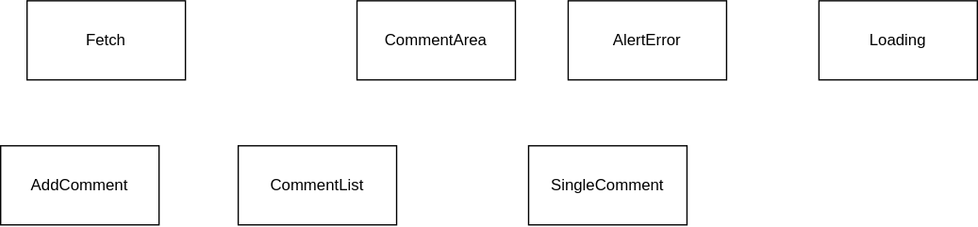
The draw.io diagram src/data/components.drawio.svg in mirko-mc/EpiBooks, before a commit. Source tidied: cells renumbered, new cells last; positions are measured from the earlier drawing's top-left corner, leaving out a move shared by most shapes.
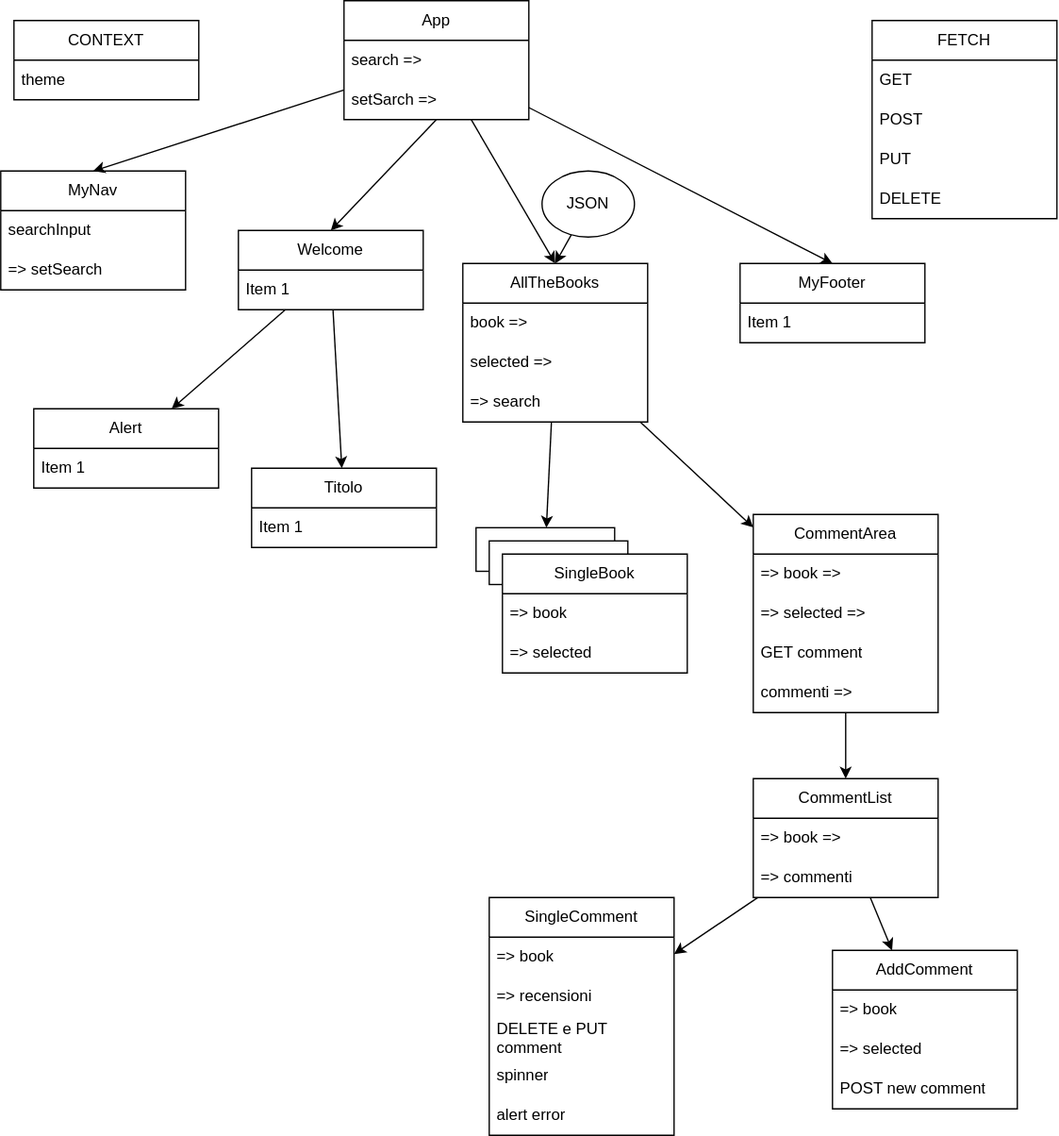
The same diagram one commit later.

Commit message:
- refactoring App.jsx - create conceptual map

Change to the diagram source:
```diff
@@ -2,26 +2,191 @@
   <root>
     <mxCell id="0" />
     <mxCell id="1" parent="0" />
+    <mxCell id="9" value="MyNav" style="swimlane;fontStyle=0;horizontal=1;startSize=30;whiteSpace=wrap;html=1;" parent="1" vertex="1">
+      <mxGeometry x="-3350" y="-4570" width="140" height="90" as="geometry" />
+    </mxCell>
+    <mxCell id="10" value="searchInput" style="text;strokeColor=none;fillColor=none;align=left;verticalAlign=middle;spacingLeft=4;spacingRight=4;overflow=hidden;whiteSpace=wrap;html=1;" parent="9" vertex="1">
+      <mxGeometry y="30" width="140" height="30" as="geometry" />
+    </mxCell>
+    <mxCell id="11" value="=&amp;gt; setSearch" style="text;strokeColor=none;fillColor=none;align=left;verticalAlign=middle;spacingLeft=4;spacingRight=4;overflow=hidden;whiteSpace=wrap;html=1;" parent="9" vertex="1">
+      <mxGeometry y="60" width="140" height="30" as="geometry" />
+    </mxCell>
+    <mxCell id="12" style="edgeStyle=none;html=1;" parent="1" edge="1" source="14" target="31">
+      <mxGeometry relative="1" as="geometry" />
+    </mxCell>
+    <mxCell id="13" style="edgeStyle=none;html=1;" parent="1" edge="1" source="14" target="33">
+      <mxGeometry relative="1" as="geometry" />
+    </mxCell>
+    <mxCell id="14" value="Welcome" style="swimlane;fontStyle=0;horizontal=1;startSize=30;whiteSpace=wrap;html=1;" parent="1" vertex="1">
+      <mxGeometry x="-3170" y="-4525" width="140" height="60" as="geometry" />
+    </mxCell>
+    <mxCell id="15" value="Item 1" style="text;strokeColor=none;fillColor=none;align=left;verticalAlign=middle;spacingLeft=4;spacingRight=4;overflow=hidden;whiteSpace=wrap;html=1;" parent="14" vertex="1">
+      <mxGeometry y="30" width="140" height="30" as="geometry" />
+    </mxCell>
+    <mxCell id="16" style="edgeStyle=none;html=1;" parent="1" edge="1" source="18" target="38">
+      <mxGeometry relative="1" as="geometry" />
+    </mxCell>
+    <mxCell id="17" style="edgeStyle=none;html=1;" parent="1" edge="1" source="18" target="2">
+      <mxGeometry relative="1" as="geometry" />
+    </mxCell>
+    <mxCell id="18" value="AllTheBooks" style="swimlane;fontStyle=0;horizontal=1;startSize=30;whiteSpace=wrap;html=1;" parent="1" vertex="1">
+      <mxGeometry x="-3000" y="-4500" width="140" height="120" as="geometry" />
+    </mxCell>
+    <mxCell id="19" value="book =&amp;gt;" style="text;strokeColor=none;fillColor=none;align=left;verticalAlign=middle;spacingLeft=4;spacingRight=4;overflow=hidden;whiteSpace=wrap;html=1;" parent="18" vertex="1">
+      <mxGeometry y="30" width="140" height="30" as="geometry" />
+    </mxCell>
+    <mxCell id="20" value="selected =&amp;gt;" style="text;strokeColor=none;fillColor=none;align=left;verticalAlign=middle;spacingLeft=4;spacingRight=4;overflow=hidden;whiteSpace=wrap;html=1;" parent="18" vertex="1">
+      <mxGeometry y="60" width="140" height="30" as="geometry" />
+    </mxCell>
+    <mxCell id="21" value="=&amp;gt; search" style="text;strokeColor=none;fillColor=none;align=left;verticalAlign=middle;spacingLeft=4;spacingRight=4;overflow=hidden;whiteSpace=wrap;html=1;" parent="18" vertex="1">
+      <mxGeometry y="90" width="140" height="30" as="geometry" />
+    </mxCell>
+    <mxCell id="22" style="edgeStyle=none;html=1;entryX=0.5;entryY=0;entryDx=0;entryDy=0;" parent="1" edge="1" source="26" target="9">
+      <mxGeometry relative="1" as="geometry" />
+    </mxCell>
+    <mxCell id="23" style="edgeStyle=none;html=1;entryX=0.5;entryY=0;entryDx=0;entryDy=0;exitX=0.5;exitY=1;exitDx=0;exitDy=0;" parent="1" edge="1" source="26" target="14">
+      <mxGeometry relative="1" as="geometry" />
+    </mxCell>
+    <mxCell id="24" style="edgeStyle=none;html=1;entryX=0.5;entryY=0;entryDx=0;entryDy=0;" parent="1" edge="1" source="26" target="18">
+      <mxGeometry relative="1" as="geometry" />
+    </mxCell>
+    <mxCell id="25" style="edgeStyle=none;html=1;entryX=0.5;entryY=0;entryDx=0;entryDy=0;" parent="1" edge="1" source="26" target="29">
+      <mxGeometry relative="1" as="geometry" />
+    </mxCell>
+    <mxCell id="26" value="App" style="swimlane;fontStyle=0;horizontal=1;startSize=30;whiteSpace=wrap;html=1;" parent="1" vertex="1">
+      <mxGeometry x="-3090" y="-4699" width="140" height="90" as="geometry" />
+    </mxCell>
+    <mxCell id="27" value="search =&amp;gt;" style="text;strokeColor=none;fillColor=none;align=left;verticalAlign=middle;spacingLeft=4;spacingRight=4;overflow=hidden;whiteSpace=wrap;html=1;" parent="26" vertex="1">
+      <mxGeometry y="30" width="140" height="30" as="geometry" />
+    </mxCell>
+    <mxCell id="28" value="setSarch =&amp;gt;" style="text;strokeColor=none;fillColor=none;align=left;verticalAlign=middle;spacingLeft=4;spacingRight=4;overflow=hidden;whiteSpace=wrap;html=1;" parent="26" vertex="1">
+      <mxGeometry y="60" width="140" height="30" as="geometry" />
+    </mxCell>
+    <mxCell id="29" value="MyFooter" style="swimlane;fontStyle=0;horizontal=1;startSize=30;whiteSpace=wrap;html=1;" parent="1" vertex="1">
+      <mxGeometry x="-2790" y="-4500" width="140" height="60" as="geometry" />
+    </mxCell>
+    <mxCell id="30" value="Item 1" style="text;strokeColor=none;fillColor=none;align=left;verticalAlign=middle;spacingLeft=4;spacingRight=4;overflow=hidden;whiteSpace=wrap;html=1;" parent="29" vertex="1">
+      <mxGeometry y="30" width="140" height="30" as="geometry" />
+    </mxCell>
+    <mxCell id="31" value="Alert" style="swimlane;fontStyle=0;horizontal=1;startSize=30;whiteSpace=wrap;html=1;" parent="1" vertex="1">
+      <mxGeometry x="-3325" y="-4390" width="140" height="60" as="geometry" />
+    </mxCell>
+    <mxCell id="32" value="Item 1" style="text;strokeColor=none;fillColor=none;align=left;verticalAlign=middle;spacingLeft=4;spacingRight=4;overflow=hidden;whiteSpace=wrap;html=1;" parent="31" vertex="1">
+      <mxGeometry y="30" width="140" height="30" as="geometry" />
+    </mxCell>
+    <mxCell id="33" value="Titolo" style="swimlane;fontStyle=0;horizontal=1;startSize=30;whiteSpace=wrap;html=1;" parent="1" vertex="1">
+      <mxGeometry x="-3160" y="-4345" width="140" height="60" as="geometry" />
+    </mxCell>
+    <mxCell id="34" value="Item 1" style="text;strokeColor=none;fillColor=none;align=left;verticalAlign=middle;spacingLeft=4;spacingRight=4;overflow=hidden;whiteSpace=wrap;html=1;" parent="33" vertex="1">
+      <mxGeometry y="30" width="140" height="30" as="geometry" />
+    </mxCell>
+    <mxCell id="35" style="edgeStyle=none;html=1;entryX=0.5;entryY=0;entryDx=0;entryDy=0;" parent="1" edge="1" source="36" target="18">
+      <mxGeometry relative="1" as="geometry" />
+    </mxCell>
+    <mxCell id="36" value="JSON" style="ellipse;whiteSpace=wrap;html=1;" parent="1" vertex="1">
+      <mxGeometry x="-2940" y="-4570" width="70" height="50" as="geometry" />
+    </mxCell>
+    <mxCell id="37" style="group;" parent="1" vertex="1">
+      <mxGeometry x="-2990" y="-4300" width="160" height="140" as="geometry" />
+    </mxCell>
+    <mxCell id="38" style="whiteSpace=wrap;html=1;fontStyle=0;startSize=30;" parent="37" vertex="1">
+      <mxGeometry width="105" height="33" as="geometry" />
+    </mxCell>
+    <mxCell id="39" style="whiteSpace=wrap;html=1;fontStyle=0;startSize=30;" parent="37" vertex="1">
+      <mxGeometry x="10" y="10" width="105" height="33" as="geometry" />
+    </mxCell>
+    <mxCell id="40" value="SingleBook" style="swimlane;fontStyle=0;horizontal=1;startSize=30;whiteSpace=wrap;html=1;" parent="37" vertex="1">
+      <mxGeometry x="20" y="20" width="140" height="90" as="geometry" />
+    </mxCell>
+    <mxCell id="41" value="=&amp;gt; book" style="text;strokeColor=none;fillColor=none;align=left;verticalAlign=middle;spacingLeft=4;spacingRight=4;overflow=hidden;whiteSpace=wrap;html=1;" parent="40" vertex="1">
+      <mxGeometry y="30" width="140" height="30" as="geometry" />
+    </mxCell>
+    <mxCell id="42" value="=&amp;gt; selected" style="text;strokeColor=none;fillColor=none;align=left;verticalAlign=middle;spacingLeft=4;spacingRight=4;overflow=hidden;whiteSpace=wrap;html=1;" parent="40" vertex="1">
+      <mxGeometry y="60" width="140" height="30" as="geometry" />
+    </mxCell>
+    <mxCell id="43" style="edgeStyle=none;html=1;" parent="1" edge="1" source="2" target="4">
+      <mxGeometry relative="1" as="geometry" />
+    </mxCell>
-    <mxCell id="2" value="CommentArea" style="whiteSpace=wrap;html=1;" parent="1" vertex="1">
-      <mxGeometry x="270" width="120" height="60" as="geometry" />
+    <mxCell id="2" value="CommentArea" style="swimlane;fontStyle=0;horizontal=1;startSize=30;whiteSpace=wrap;html=1;" parent="1" vertex="1">
+      <mxGeometry x="-2780" y="-4310" width="140" height="150" as="geometry" />
     </mxCell>
+    <mxCell id="44" value="=&amp;gt; book =&amp;gt;" style="text;strokeColor=none;fillColor=none;align=left;verticalAlign=middle;spacingLeft=4;spacingRight=4;overflow=hidden;whiteSpace=wrap;html=1;" parent="2" vertex="1">
+      <mxGeometry y="30" width="140" height="30" as="geometry" />
+    </mxCell>
+    <mxCell id="45" value="=&amp;gt; selected =&amp;gt;" style="text;strokeColor=none;fillColor=none;align=left;verticalAlign=middle;spacingLeft=4;spacingRight=4;overflow=hidden;whiteSpace=wrap;html=1;" parent="2" vertex="1">
+      <mxGeometry y="60" width="140" height="30" as="geometry" />
+    </mxCell>
+    <mxCell id="46" value="GET comment" style="text;strokeColor=none;fillColor=none;align=left;verticalAlign=middle;spacingLeft=4;spacingRight=4;overflow=hidden;whiteSpace=wrap;html=1;" parent="2" vertex="1">
+      <mxGeometry y="90" width="140" height="30" as="geometry" />
+    </mxCell>
+    <mxCell id="47" value="commenti =&amp;gt;" style="text;strokeColor=none;fillColor=none;align=left;verticalAlign=middle;spacingLeft=4;spacingRight=4;overflow=hidden;whiteSpace=wrap;html=1;" parent="2" vertex="1">
+      <mxGeometry y="120" width="140" height="30" as="geometry" />
+    </mxCell>
+    <mxCell id="48" style="edgeStyle=none;html=1;" parent="1" edge="1" source="4" target="3">
+      <mxGeometry relative="1" as="geometry" />
+    </mxCell>
+    <mxCell id="49" style="edgeStyle=none;html=1;" parent="1" edge="1" source="4" target="5">
+      <mxGeometry relative="1" as="geometry" />
+    </mxCell>
+    <mxCell id="4" value="CommentList" style="swimlane;fontStyle=0;horizontal=1;startSize=30;whiteSpace=wrap;html=1;" parent="1" vertex="1">
+      <mxGeometry x="-2780" y="-4110" width="140" height="90" as="geometry" />
+    </mxCell>
+    <mxCell id="50" value="=&amp;gt; book =&amp;gt;" style="text;strokeColor=none;fillColor=none;align=left;verticalAlign=middle;spacingLeft=4;spacingRight=4;overflow=hidden;whiteSpace=wrap;html=1;" parent="4" vertex="1">
+      <mxGeometry y="30" width="140" height="30" as="geometry" />
+    </mxCell>
+    <mxCell id="51" value="=&amp;gt; commenti" style="text;strokeColor=none;fillColor=none;align=left;verticalAlign=middle;spacingLeft=4;spacingRight=4;overflow=hidden;whiteSpace=wrap;html=1;" parent="4" vertex="1">
+      <mxGeometry y="60" width="140" height="30" as="geometry" />
+    </mxCell>
-    <mxCell id="3" value="AddComment" style="whiteSpace=wrap;html=1;" parent="1" vertex="1">
-      <mxGeometry y="110" width="120" height="60" as="geometry" />
+    <mxCell id="3" value="AddComment" style="swimlane;fontStyle=0;horizontal=1;startSize=30;whiteSpace=wrap;html=1;" parent="1" vertex="1">
+      <mxGeometry x="-2720" y="-3980" width="140" height="120" as="geometry" />
     </mxCell>
-    <mxCell id="4" value="CommentList" style="whiteSpace=wrap;html=1;" parent="1" vertex="1">
-      <mxGeometry x="180" y="110" width="120" height="60" as="geometry" />
-    </mxCell>
+    <mxCell id="52" value="=&amp;gt; book" style="text;strokeColor=none;fillColor=none;align=left;verticalAlign=middle;spacingLeft=4;spacingRight=4;overflow=hidden;whiteSpace=wrap;html=1;" parent="3" vertex="1">
+      <mxGeometry y="30" width="140" height="30" as="geometry" />
+    </mxCell>
+    <mxCell id="53" value="=&amp;gt; selected" style="text;strokeColor=none;fillColor=none;align=left;verticalAlign=middle;spacingLeft=4;spacingRight=4;overflow=hidden;whiteSpace=wrap;html=1;" parent="3" vertex="1">
+      <mxGeometry y="60" width="140" height="30" as="geometry" />
+    </mxCell>
+    <mxCell id="54" value="POST new comment" style="text;strokeColor=none;fillColor=none;align=left;verticalAlign=middle;spacingLeft=4;spacingRight=4;overflow=hidden;whiteSpace=wrap;html=1;" parent="3" vertex="1">
+      <mxGeometry y="90" width="140" height="30" as="geometry" />
+    </mxCell>
-    <mxCell id="5" value="SingleComment" style="whiteSpace=wrap;html=1;" parent="1" vertex="1">
-      <mxGeometry x="400" y="110" width="120" height="60" as="geometry" />
+    <mxCell id="5" value="SingleComment" style="swimlane;fontStyle=0;horizontal=1;startSize=30;whiteSpace=wrap;html=1;" parent="1" vertex="1">
+      <mxGeometry x="-2980" y="-4020" width="140" height="180" as="geometry" />
     </mxCell>
-    <mxCell id="6" value="Fetch" style="whiteSpace=wrap;html=1;" parent="1" vertex="1">
-      <mxGeometry x="20" width="120" height="60" as="geometry" />
-    </mxCell>
-    <mxCell id="7" value="AlertError" style="whiteSpace=wrap;html=1;" parent="1" vertex="1">
-      <mxGeometry x="430" width="120" height="60" as="geometry" />
-    </mxCell>
-    <mxCell id="8" value="Loading" style="whiteSpace=wrap;html=1;" parent="1" vertex="1">
-      <mxGeometry x="620" width="120" height="60" as="geometry" />
-    </mxCell>
+    <mxCell id="55" value="=&amp;gt; book" style="text;strokeColor=none;fillColor=none;align=left;verticalAlign=middle;spacingLeft=4;spacingRight=4;overflow=hidden;whiteSpace=wrap;html=1;" parent="5" vertex="1">
+      <mxGeometry y="30" width="140" height="30" as="geometry" />
+    </mxCell>
+    <mxCell id="56" value="=&amp;gt; recensioni" style="text;strokeColor=none;fillColor=none;align=left;verticalAlign=middle;spacingLeft=4;spacingRight=4;overflow=hidden;whiteSpace=wrap;html=1;" parent="5" vertex="1">
+      <mxGeometry y="60" width="140" height="30" as="geometry" />
+    </mxCell>
+    <mxCell id="57" value="DELETE e PUT comment" style="text;strokeColor=none;fillColor=none;align=left;verticalAlign=middle;spacingLeft=4;spacingRight=4;overflow=hidden;whiteSpace=wrap;html=1;" parent="5" vertex="1">
+      <mxGeometry y="90" width="140" height="30" as="geometry" />
+    </mxCell>
+    <mxCell id="58" value="spinner" style="text;strokeColor=none;fillColor=none;align=left;verticalAlign=middle;spacingLeft=4;spacingRight=4;overflow=hidden;whiteSpace=wrap;html=1;" parent="5" vertex="1">
+      <mxGeometry y="120" width="140" height="30" as="geometry" />
+    </mxCell>
+    <mxCell id="59" value="alert error" style="text;strokeColor=none;fillColor=none;align=left;verticalAlign=middle;spacingLeft=4;spacingRight=4;overflow=hidden;whiteSpace=wrap;html=1;" parent="5" vertex="1">
+      <mxGeometry y="150" width="140" height="30" as="geometry" />
+    </mxCell>
+    <mxCell id="60" value="CONTEXT" style="swimlane;fontStyle=0;horizontal=1;startSize=30;whiteSpace=wrap;html=1;" parent="1" vertex="1">
+      <mxGeometry x="-3340" y="-4684" width="140" height="60" as="geometry" />
+    </mxCell>
+    <mxCell id="61" value="theme" style="text;strokeColor=none;fillColor=none;align=left;verticalAlign=middle;spacingLeft=4;spacingRight=4;overflow=hidden;whiteSpace=wrap;html=1;" parent="60" vertex="1">
+      <mxGeometry y="30" width="140" height="30" as="geometry" />
+    </mxCell>
+    <mxCell id="62" value="FETCH" style="swimlane;fontStyle=0;horizontal=1;startSize=30;whiteSpace=wrap;html=1;" parent="1" vertex="1">
+      <mxGeometry x="-2690" y="-4684" width="140" height="150" as="geometry" />
+    </mxCell>
+    <mxCell id="63" value="GET" style="text;strokeColor=none;fillColor=none;align=left;verticalAlign=middle;spacingLeft=4;spacingRight=4;overflow=hidden;whiteSpace=wrap;html=1;" parent="62" vertex="1">
+      <mxGeometry y="30" width="140" height="30" as="geometry" />
+    </mxCell>
+    <mxCell id="64" value="POST" style="text;strokeColor=none;fillColor=none;align=left;verticalAlign=middle;spacingLeft=4;spacingRight=4;overflow=hidden;whiteSpace=wrap;html=1;" parent="62" vertex="1">
+      <mxGeometry y="60" width="140" height="30" as="geometry" />
+    </mxCell>
+    <mxCell id="65" value="PUT" style="text;strokeColor=none;fillColor=none;align=left;verticalAlign=middle;spacingLeft=4;spacingRight=4;overflow=hidden;whiteSpace=wrap;html=1;" parent="62" vertex="1">
+      <mxGeometry y="90" width="140" height="30" as="geometry" />
+    </mxCell>
+    <mxCell id="66" value="DELETE" style="text;strokeColor=none;fillColor=none;align=left;verticalAlign=middle;spacingLeft=4;spacingRight=4;overflow=hidden;whiteSpace=wrap;html=1;" parent="62" vertex="1">
+      <mxGeometry y="120" width="140" height="30" as="geometry" />
+    </mxCell>
   </root>
 </mxGraphModel>
```
